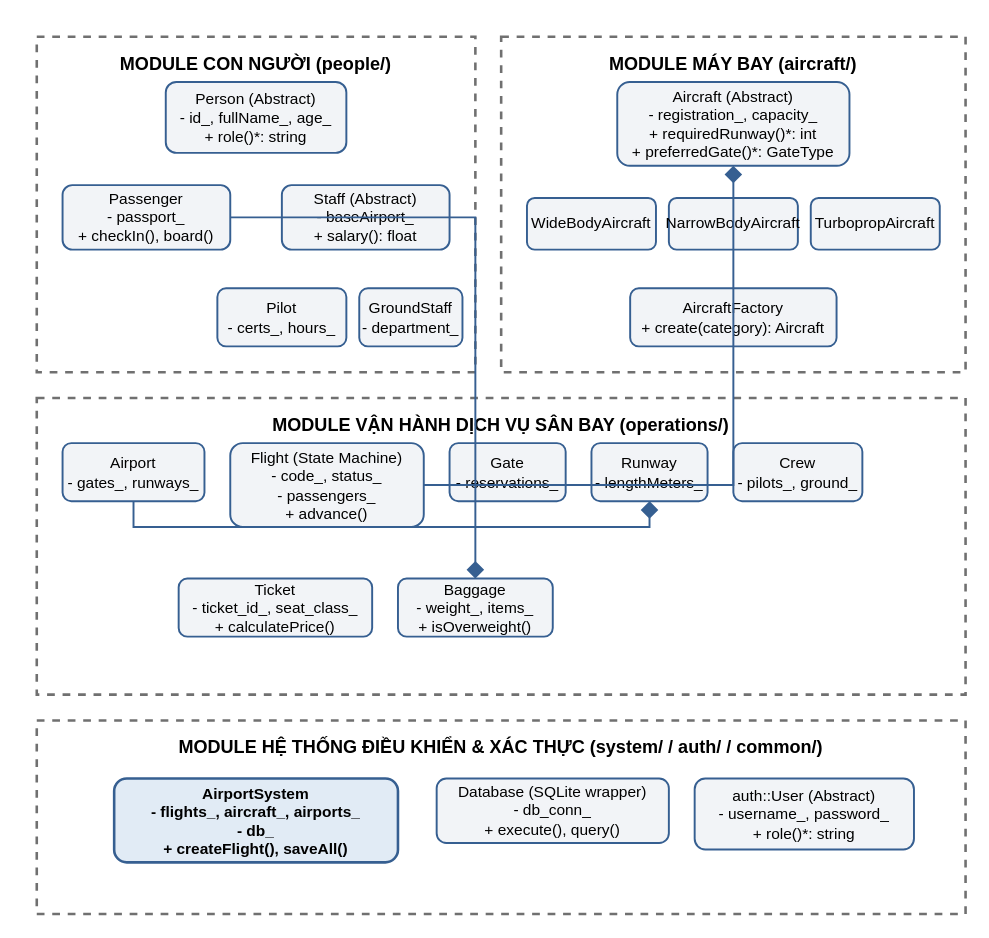
The draw.io diagram hinh3.1_so_do_lop.drawio in phhuy21/OOP, before the edit. Source tidied: cells renumbered, new cells numbered last; positions are measured from the earlier drawing's top-left corner, leaving out a move shared by most shapes. Both pictures are drawn from the tidied source at 129%, with x=0, y=0 at pixel (36, 36).
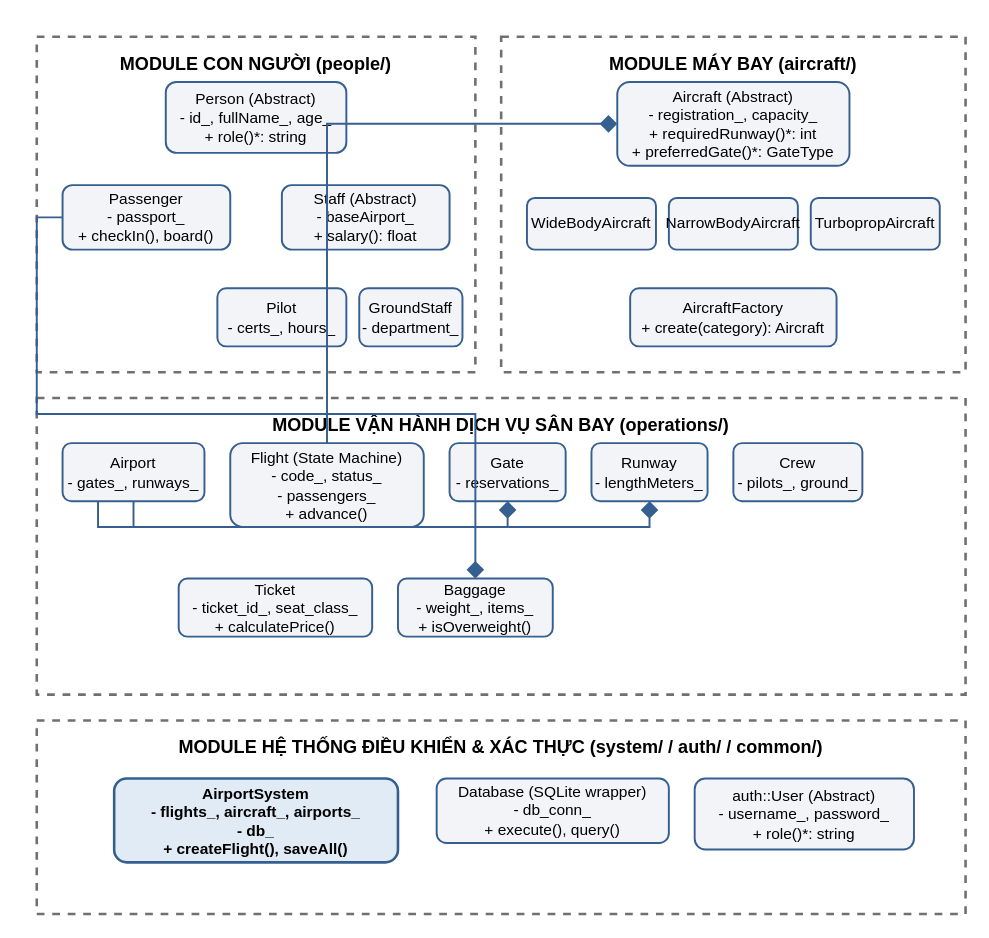
After the change.

The change refers to these unchanged cells:
```xml
<mxCell id="4" value="Passenger&lt;br&gt;- passport_&lt;br&gt;+ checkIn(), board()" style="html=1;whiteSpace=wrap;fillColor=#F2F4F7;strokeColor=#365F91;strokeWidth=1.5;align=center;verticalAlign=middle;fontFamily=Helvetica;fontSize=12;rounded=1;" parent="1" vertex="1">
  <mxGeometry x="20" y="115" width="130" height="50" as="geometry" />
</mxCell>
<mxCell id="9" value="Aircraft (Abstract)&lt;br&gt;- registration_, capacity_&lt;br&gt;+ requiredRunway()*: int&lt;br&gt;+ preferredGate()*: GateType" style="html=1;whiteSpace=wrap;fillColor=#F2F4F7;strokeColor=#365F91;strokeWidth=1.5;align=center;verticalAlign=middle;fontFamily=Helvetica;fontSize=12;rounded=1;" parent="1" vertex="1">
  <mxGeometry x="450" y="35" width="180" height="65" as="geometry" />
</mxCell>
<mxCell id="15" value="Airport&lt;br&gt;- gates_, runways_" style="html=1;whiteSpace=wrap;fillColor=#F2F4F7;strokeColor=#365F91;strokeWidth=1.5;align=center;verticalAlign=middle;fontFamily=Helvetica;fontSize=12;rounded=1;" parent="1" vertex="1">
  <mxGeometry x="20" y="315" width="110" height="45" as="geometry" />
</mxCell>
<mxCell id="16" value="Flight (State Machine)&lt;br&gt;- code_, status_&lt;br&gt;- passengers_&lt;br&gt;+ advance()" style="html=1;whiteSpace=wrap;fillColor=#F2F4F7;strokeColor=#365F91;strokeWidth=1.5;align=center;verticalAlign=middle;fontFamily=Helvetica;fontSize=12;rounded=1;" parent="1" vertex="1">
  <mxGeometry x="150" y="315" width="150" height="65" as="geometry" />
</mxCell>
<mxCell id="17" value="Gate&lt;br&gt;- reservations_" style="html=1;whiteSpace=wrap;fillColor=#F2F4F7;strokeColor=#365F91;strokeWidth=1.5;align=center;verticalAlign=middle;fontFamily=Helvetica;fontSize=12;rounded=1;" parent="1" vertex="1">
  <mxGeometry x="320" y="315" width="90" height="45" as="geometry" />
</mxCell>
<mxCell id="18" value="Runway&lt;br&gt;- lengthMeters_" style="html=1;whiteSpace=wrap;fillColor=#F2F4F7;strokeColor=#365F91;strokeWidth=1.5;align=center;verticalAlign=middle;fontFamily=Helvetica;fontSize=12;rounded=1;" parent="1" vertex="1">
  <mxGeometry x="430" y="315" width="90" height="45" as="geometry" />
</mxCell>
<mxCell id="21" value="Baggage&lt;br&gt;- weight_, items_&lt;br&gt;+ isOverweight()" style="html=1;whiteSpace=wrap;fillColor=#F2F4F7;strokeColor=#365F91;strokeWidth=1.5;align=center;verticalAlign=middle;fontFamily=Helvetica;fontSize=12;rounded=1;" parent="1" vertex="1">
  <mxGeometry x="280" y="420" width="120" height="45" as="geometry" />
</mxCell>
```

Diff of the diagram source:
```diff
@@
-    <mxCell id="33" style="edgeStyle=orthogonalEdgeStyle;rounded=0;jettySize=auto;html=1;strokeWidth=1.5;strokeColor=#365F91;endArrow=diamond;endFill=1;endSize=10;" parent="1" edge="1" source="15" target="17" />
+    <mxCell id="33" style="edgeStyle=orthogonalEdgeStyle;rounded=0;jettySize=auto;html=1;strokeWidth=1.5;strokeColor=#365F91;endArrow=diamond;endFill=1;endSize=10;exitX=0.5;exitY=1;exitDx=0;exitDy=0;entryX=0.5;entryY=1;entryDx=0;entryDy=0;" parent="1" edge="1" source="15" target="17">
+      <mxGeometry relative="1" as="geometry" />
+    </mxCell>
-    <mxCell id="34" style="edgeStyle=orthogonalEdgeStyle;rounded=0;jettySize=auto;html=1;strokeWidth=1.5;strokeColor=#365F91;endArrow=diamond;endFill=1;endSize=10;exitX=0.5;exitY=1;exitDx=0;exitDy=0;entryX=0.5;entryY=1;entryDx=0;entryDy=0;" parent="1" edge="1" source="15" target="18">
+    <mxCell id="34" style="edgeStyle=orthogonalEdgeStyle;rounded=0;jettySize=auto;html=1;strokeWidth=1.5;strokeColor=#365F91;endArrow=diamond;endFill=1;endSize=10;exitX=0.25;exitY=1;exitDx=0;exitDy=0;entryX=0.5;entryY=1;entryDx=0;entryDy=0;" parent="1" edge="1" source="15" target="18">
       <mxGeometry relative="1" as="geometry" />
     </mxCell>
-    <mxCell id="35" style="edgeStyle=orthogonalEdgeStyle;rounded=0;jettySize=auto;html=1;strokeWidth=1.5;strokeColor=#365F91;endArrow=diamond;endFill=1;endSize=10;" parent="1" edge="1" source="16" target="9">
+    <mxCell id="35" style="edgeStyle=orthogonalEdgeStyle;rounded=0;jettySize=auto;html=1;strokeWidth=1.5;strokeColor=#365F91;endArrow=diamond;endFill=1;endSize=10;exitX=0.5;exitY=0;exitDx=0;exitDy=0;entryX=0;entryY=0.5;entryDx=0;entryDy=0;" parent="1" edge="1" source="16" target="9">
       <mxGeometry relative="1" as="geometry" />
     </mxCell>
-    <mxCell id="36" style="edgeStyle=orthogonalEdgeStyle;rounded=0;jettySize=auto;html=1;strokeWidth=1.5;strokeColor=#365F91;endArrow=diamond;endFill=1;endSize=10;" parent="1" edge="1" source="4" target="21">
+    <mxCell id="36" style="edgeStyle=orthogonalEdgeStyle;rounded=0;jettySize=auto;html=1;strokeWidth=1.5;strokeColor=#365F91;endArrow=diamond;endFill=1;endSize=10;exitX=0;exitY=0.5;exitDx=0;exitDy=0;entryX=0.5;entryY=0;entryDx=0;entryDy=0;" parent="1" edge="1" source="4" target="21">
       <mxGeometry relative="1" as="geometry" />
     </mxCell>
```
